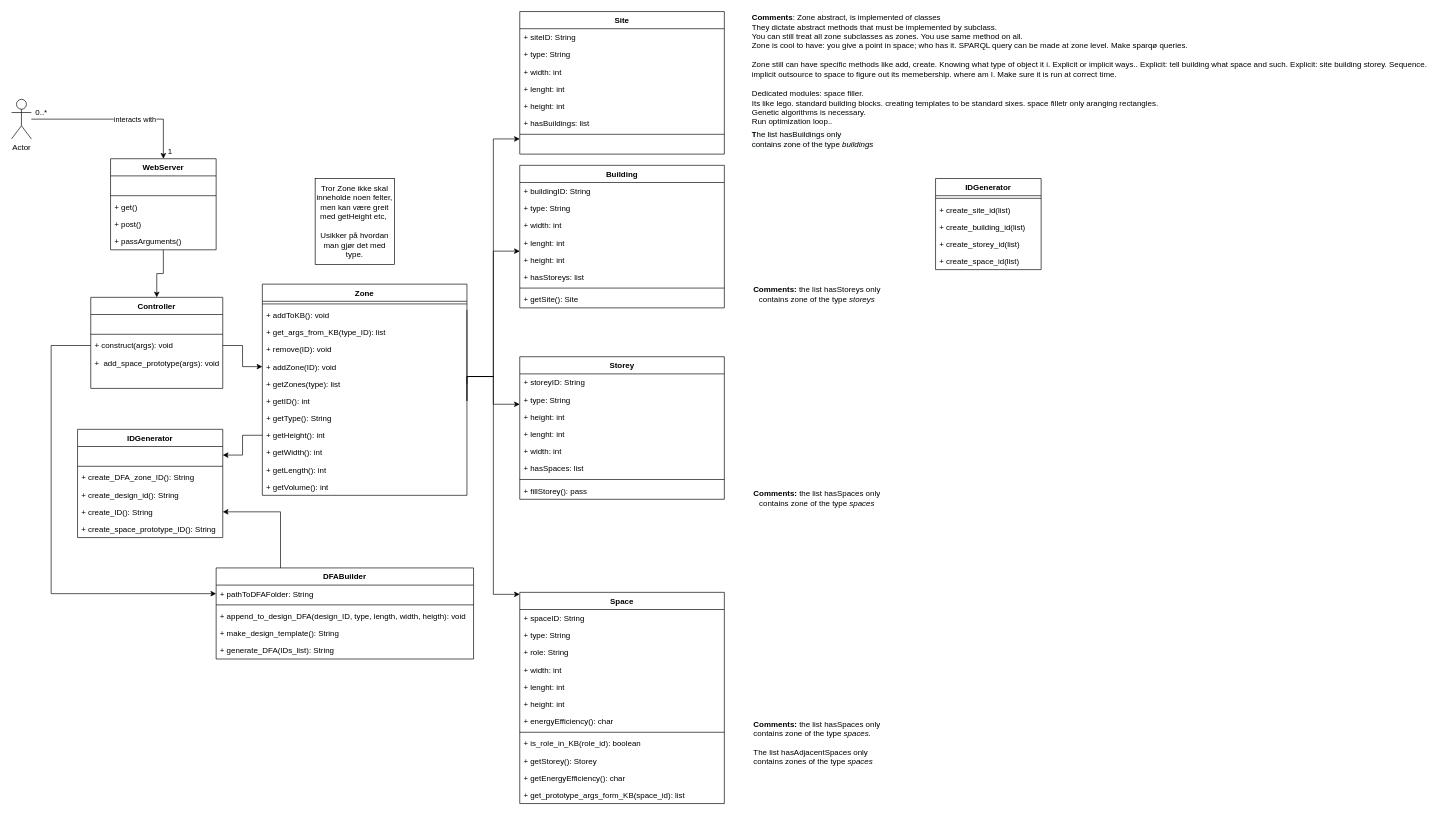
This is page "Design Class Diagram" (6 of 9) of Diagrams/Diagrams.drawio from Hallvaeb/automation-p2-construction-knowledge-base, a draw.io file, before an edit. Source tidied: cells renumbered, new cells numbered last; positions are measured from the earlier drawing's top-left corner, leaving out a move shared by most shapes. Both pictures are drawn from the tidied source at 66%, with x=0, y=0 at pixel (11, 11).
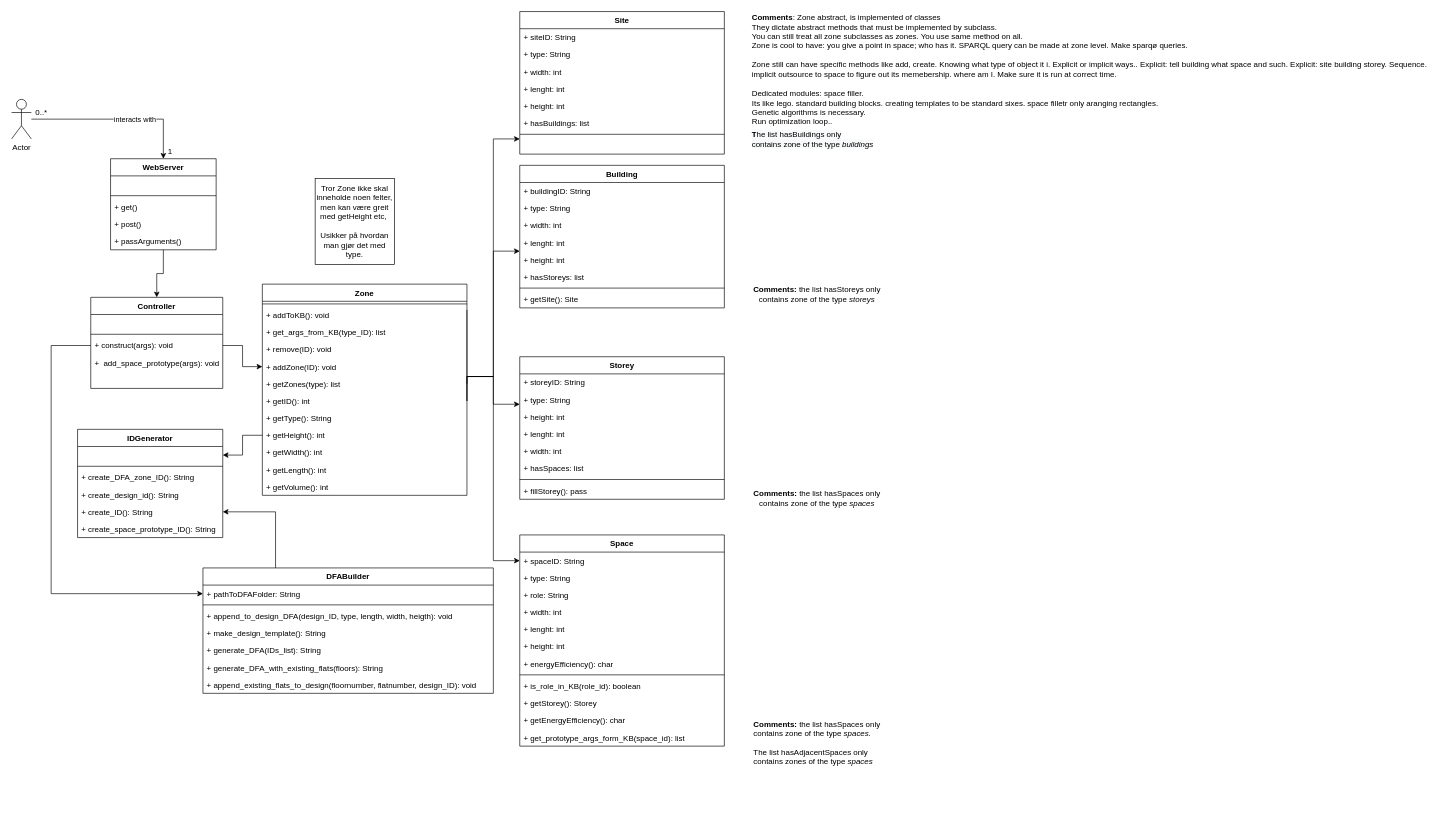
The same diagram, later.

The change refers to these unchanged cells:
```xml
<mxCell id="75" value="+ getID(): int" style="text;strokeColor=none;fillColor=none;align=left;verticalAlign=top;spacingLeft=4;spacingRight=4;overflow=hidden;points=[[0,0.5],[1,0.5]];portConstraint=eastwest;" parent="68" vertex="1">
  <mxGeometry y="164" width="310" height="26" as="geometry" />
</mxCell>
```

Change to the diagram source:
```diff
@@
     <mxCell id="30" value="DFABuilder" style="swimlane;fontStyle=1;align=center;verticalAlign=top;horizontal=1;startSize=26;strokeColor=default;fillColor=default;" parent="1" vertex="1">
-      <mxGeometry x="310" y="843" width="390" height="138" as="geometry" />
+      <mxGeometry x="290" y="843" width="440" height="190" as="geometry" />
     </mxCell>
     <mxCell id="31" value="+ pathToDFAFolder: String" style="text;strokeColor=none;fillColor=none;align=left;verticalAlign=top;spacingLeft=4;spacingRight=4;overflow=hidden;points=[[0,0.5],[1,0.5]];portConstraint=eastwest;" parent="30" vertex="1">
-      <mxGeometry y="26" width="390" height="26" as="geometry" />
+      <mxGeometry y="26" width="440" height="26" as="geometry" />
     </mxCell>
     <mxCell id="32" style="line;strokeWidth=1;fillColor=none;align=left;verticalAlign=middle;spacingTop=-1;spacingLeft=3;spacingRight=3;labelPosition=right;" parent="30" vertex="1">
-      <mxGeometry y="52" width="390" height="8" as="geometry" />
+      <mxGeometry y="52" width="440" height="8" as="geometry" />
     </mxCell>
     <mxCell id="33" value="+ append_to_design_DFA(design_ID, type, length, width, heigth): void" style="text;strokeColor=none;fillColor=none;align=left;verticalAlign=top;spacingLeft=4;spacingRight=4;overflow=hidden;" parent="30" vertex="1">
-      <mxGeometry y="60" width="390" height="26" as="geometry" />
+      <mxGeometry y="60" width="440" height="26" as="geometry" />
     </mxCell>
     <mxCell id="34" value="+ make_design_template(): String" style="text;strokeColor=none;fillColor=none;align=left;verticalAlign=top;spacingLeft=4;spacingRight=4;overflow=hidden;" parent="30" vertex="1">
-      <mxGeometry y="86" width="390" height="26" as="geometry" />
+      <mxGeometry y="86" width="440" height="26" as="geometry" />
     </mxCell>
     <mxCell id="35" value="+ generate_DFA(IDs_list): String" style="text;strokeColor=none;fillColor=none;align=left;verticalAlign=top;spacingLeft=4;spacingRight=4;overflow=hidden;" parent="30" vertex="1">
-      <mxGeometry y="112" width="390" height="26" as="geometry" />
+      <mxGeometry y="112" width="440" height="26" as="geometry" />
     </mxCell>
+    <mxCell id="109" value="+ generate_DFA_with_existing_flats(floors): String" style="text;strokeColor=none;fillColor=none;align=left;verticalAlign=top;spacingLeft=4;spacingRight=4;overflow=hidden;" parent="30" vertex="1">
+      <mxGeometry y="138" width="440" height="26" as="geometry" />
+    </mxCell>
+    <mxCell id="110" value="+ append_existing_flats_to_design(floornumber, flatnumber, design_ID): void" style="text;strokeColor=none;fillColor=none;align=left;verticalAlign=top;spacingLeft=4;spacingRight=4;overflow=hidden;" parent="30" vertex="1">
+      <mxGeometry y="164" width="440" height="26" as="geometry" />
+    </mxCell>
@@
     <mxCell id="54" value="Space" style="swimlane;fontStyle=1;align=center;verticalAlign=top;horizontal=1;startSize=26;strokeColor=default;fillColor=default;" parent="1" vertex="1">
-      <mxGeometry x="770" y="880" width="310" height="320" as="geometry" />
+      <mxGeometry x="770" y="793" width="310" height="320" as="geometry" />
     </mxCell>
@@
-    <mxCell id="88" style="edgeStyle=orthogonalEdgeStyle;rounded=0;jettySize=auto;html=1;exitX=1;exitY=0.5;exitDx=0;exitDy=0;" parent="1" edge="1" source="75" target="54">
+    <mxCell id="88" style="edgeStyle=orthogonalEdgeStyle;rounded=0;jettySize=auto;html=1;exitX=1;exitY=0.5;exitDx=0;exitDy=0;" parent="1" edge="1" source="75">
       <mxGeometry relative="1" as="geometry">
+        <mxPoint x="770" y="832" as="targetPoint" />
         <Array as="points">
           <mxPoint x="690" y="553" />
           <mxPoint x="730" y="553" />
-          <mxPoint x="730" y="883" />
+          <mxPoint x="730" y="832" />
         </Array>
       </mxGeometry>
     </mxCell>
@@
-    <mxCell id="93" value="IDGenerator" style="swimlane;fontStyle=1;align=center;verticalAlign=top;horizontal=1;startSize=26;strokeColor=default;fillColor=default;" parent="1" vertex="1">
-      <mxGeometry x="1400" y="253" width="160" height="138" as="geometry" />
-    </mxCell>
-    <mxCell id="94" style="line;strokeWidth=1;fillColor=none;align=left;verticalAlign=middle;spacingTop=-1;spacingLeft=3;spacingRight=3;labelPosition=right;" parent="93" vertex="1">
-      <mxGeometry y="26" width="160" height="8" as="geometry" />
-    </mxCell>
-    <mxCell id="95" value="+ create_site_id(list)" style="text;strokeColor=none;fillColor=none;align=left;verticalAlign=top;spacingLeft=4;spacingRight=4;overflow=hidden;" parent="93" vertex="1">
-      <mxGeometry y="34" width="160" height="26" as="geometry" />
-    </mxCell>
-    <mxCell id="96" value="+ create_building_id(list)" style="text;strokeColor=none;fillColor=none;align=left;verticalAlign=top;spacingLeft=4;spacingRight=4;overflow=hidden;" parent="93" vertex="1">
-      <mxGeometry y="60" width="160" height="26" as="geometry" />
-    </mxCell>
-    <mxCell id="97" value="+ create_storey_id(list)" style="text;strokeColor=none;fillColor=none;align=left;verticalAlign=top;spacingLeft=4;spacingRight=4;overflow=hidden;" parent="93" vertex="1">
-      <mxGeometry y="86" width="160" height="26" as="geometry" />
-    </mxCell>
-    <mxCell id="98" value="+ create_space_id(list)" style="text;strokeColor=none;fillColor=none;align=left;verticalAlign=top;spacingLeft=4;spacingRight=4;overflow=hidden;" parent="93" vertex="1">
-      <mxGeometry y="112" width="160" height="26" as="geometry" />
-    </mxCell>
```
